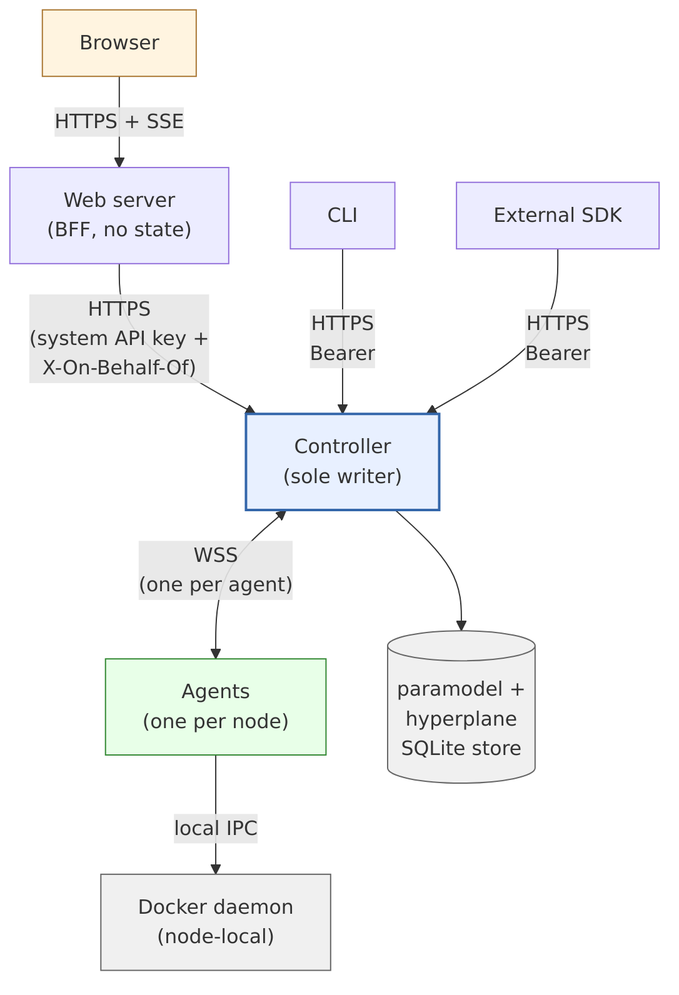
The Mermaid diagram docs/design/diagrams/SRD-0100/topology.png in nosqlbench/hyperplane-rs, before a commit. Its source is kept beside it as docs/design/diagrams/SRD-0100/topology.mmd. Its diagram source:
```mermaid
flowchart TB
    Browser["Browser"]
    Web["Web server<br/>(BFF, no state)"]
    CLI["CLI"]
    SDK["External SDK"]
    Controller["Controller<br/>(sole writer)"]
    Agents["Agents<br/>(one per node)"]
    Store[("paramodel +<br/>hyperplane<br/>SQLite store")]
    Docker["Docker daemon<br/>(node-local)"]

    Browser -- "HTTPS + SSE" --> Web
    Web -- "HTTPS<br/>(system API key +<br/>X-On-Behalf-Of)" --> Controller
    CLI -- "HTTPS<br/>Bearer <token>" --> Controller
    SDK -- "HTTPS<br/>Bearer <token>" --> Controller
    Controller <-- "WSS<br/>(one per agent)" --> Agents
    Controller --> Store
    Agents -- "local IPC" --> Docker

    classDef ctrl fill:#e8f0ff,stroke:#3366aa,stroke-width:2px
    classDef browser fill:#fff4e0,stroke:#aa7733
    classDef agent fill:#e8ffe8,stroke:#338833
    classDef store fill:#f0f0f0,stroke:#666
    class Controller ctrl
    class Browser browser
    class Agents agent
    class Store,Docker store
```
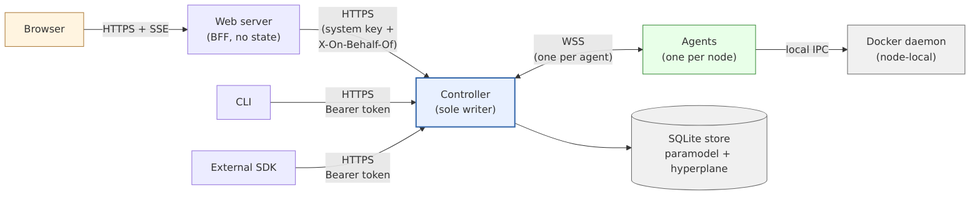
Later version of the same file.

What changed in the source:
```diff
@@ -1,17 +1,18 @@
-flowchart TB
+%%{init: {'flowchart': {'nodeSpacing': 50, 'rankSpacing': 60}}}%%
+flowchart LR
     Browser["Browser"]
-    Web["Web server<br/>(BFF, no state)"]
     CLI["CLI"]
     SDK["External SDK"]
+    Web["Web server<br/>(BFF, no state)"]
     Controller["Controller<br/>(sole writer)"]
     Agents["Agents<br/>(one per node)"]
-    Store[("paramodel +<br/>hyperplane<br/>SQLite store")]
+    Store[("SQLite store<br/>paramodel + hyperplane")]
     Docker["Docker daemon<br/>(node-local)"]
 
     Browser -- "HTTPS + SSE" --> Web
-    Web -- "HTTPS<br/>(system API key +<br/>X-On-Behalf-Of)" --> Controller
-    CLI -- "HTTPS<br/>Bearer <token>" --> Controller
-    SDK -- "HTTPS<br/>Bearer <token>" --> Controller
+    Web -- "HTTPS<br/>(system key +<br/>X-On-Behalf-Of)" --> Controller
+    CLI -- "HTTPS<br/>Bearer token" --> Controller
+    SDK -- "HTTPS<br/>Bearer token" --> Controller
     Controller <-- "WSS<br/>(one per agent)" --> Agents
     Controller --> Store
     Agents -- "local IPC" --> Docker
```
